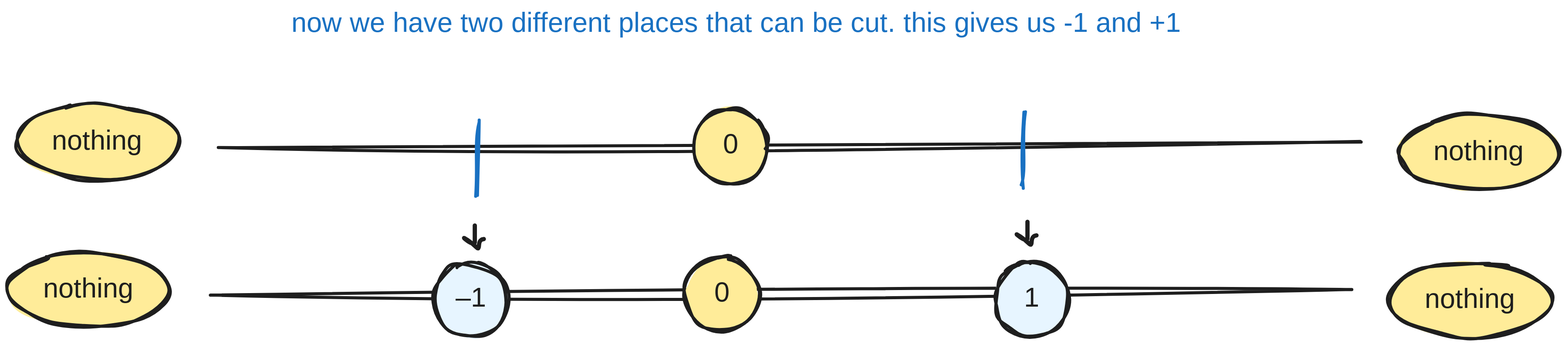
The Excalidraw diagram public/how-i-vibed-a-proof-of-conways-conjecture/step2-full.svg in gaearon/overreacted.io, before a commit. Source tidied: one line per element, renumbered; positions are measured from the earlier drawing's top-left corner, leaving out a move shared by most shapes.
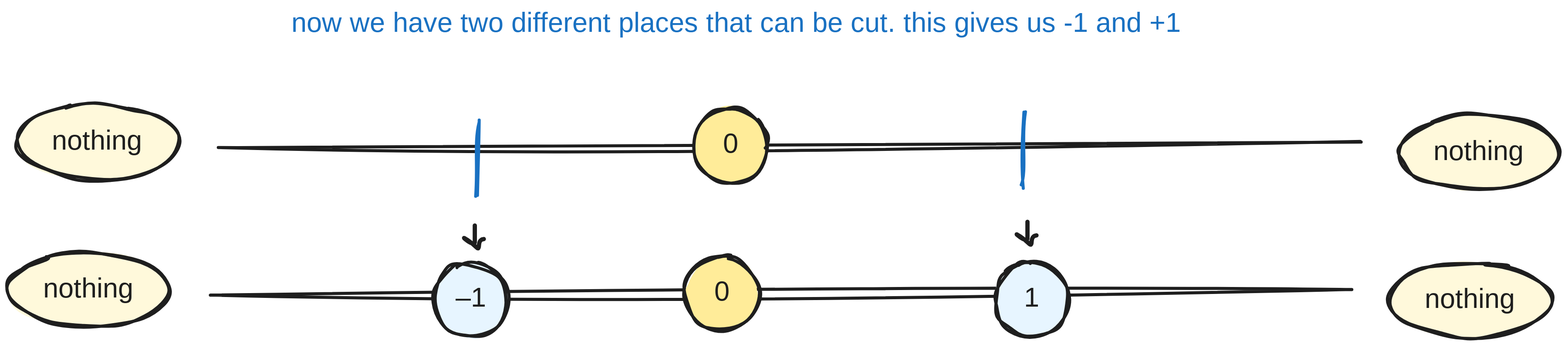
Above is the later version.

What changed in the source:
```diff
@@ -1,20 +1,20 @@
-{"id": 0, "type": "ellipse", "strokeColor": "#1e1e1e", "backgroundColor": "#ffec99", "fillStyle": "solid", "strokeWidth": 4, "roughness": 2, "x": 12, "y": 127, "width": 212, "height": 98}
+{"id": 0, "type": "ellipse", "strokeColor": "#1e1e1e", "backgroundColor": "#fff9db", "fillStyle": "solid", "strokeWidth": 4, "roughness": 2, "x": 12, "y": 127, "width": 212, "height": 98}
-{"id": 1, "type": "ellipse", "strokeColor": "#1e1e1e", "backgroundColor": "#ffec99", "fillStyle": "solid", "strokeWidth": 4, "roughness": 2, "x": 0, "y": 321, "width": 212, "height": 98}
+{"id": 1, "type": "ellipse", "strokeColor": "#1e1e1e", "backgroundColor": "#fff9db", "fillStyle": "solid", "strokeWidth": 4, "roughness": 2, "x": 0, "y": 321, "width": 212, "height": 98}
-{"id": 2, "type": "ellipse", "strokeColor": "#1e1e1e", "backgroundColor": "#ffec99", "fillStyle": "solid", "strokeWidth": 4, "roughness": 2, "x": 1824, "y": 140, "width": 212, "height": 98}
+{"id": 2, "type": "ellipse", "strokeColor": "#1e1e1e", "backgroundColor": "#fff9db", "fillStyle": "solid", "strokeWidth": 4, "roughness": 2, "x": 1824, "y": 140, "width": 212, "height": 98}
-{"id": 3, "type": "ellipse", "strokeColor": "#1e1e1e", "backgroundColor": "#ffec99", "fillStyle": "solid", "strokeWidth": 4, "roughness": 2, "x": 1813, "y": 334, "width": 212, "height": 98}
+{"id": 3, "type": "ellipse", "strokeColor": "#1e1e1e", "backgroundColor": "#fff9db", "fillStyle": "solid", "strokeWidth": 4, "roughness": 2, "x": 1813, "y": 334, "width": 212, "height": 98}
 {"id": 4, "type": "line", "strokeColor": "#1e1e1e", "backgroundColor": "#ffec99", "fillStyle": "cross-hatch", "strokeWidth": 4, "roughness": 2, "x": 277, "y": 184, "width": 1498, "height": 8, "points": [[0, 0], [1498, -8]]}
 {"id": 5, "type": "line", "strokeColor": "#1e1e1e", "backgroundColor": "#ffec99", "fillStyle": "cross-hatch", "strokeWidth": 4, "roughness": 2, "x": 265, "y": 378, "width": 1498, "height": 8, "points": [[0, 0], [1498, -8]]}
 {"id": 6, "type": "text", "text": "now we have two different places that can be cut. this gives us -1 and +1", "strokeColor": "#1971c2", "backgroundColor": "#ffec99", "fillStyle": "cross-hatch", "strokeWidth": 4, "roughness": 2, "fontSize": 36, "fontFamily": 5, "textAlign": "center", "x": 307, "y": 0, "width": 1296, "height": 45}
 {"id": 7, "type": "line", "strokeColor": "#1971c2", "backgroundColor": "#ffec99", "fillStyle": "cross-hatch", "strokeWidth": 4, "roughness": 2, "x": 617, "y": 148, "width": 0, "height": 99, "points": [[0, 0], [0, 99]]}
 {"id": 8, "type": "line", "strokeColor": "#1971c2", "backgroundColor": "#ffec99", "fillStyle": "cross-hatch", "strokeWidth": 4, "roughness": 2, "x": 1331, "y": 137, "width": 0, "height": 99, "points": [[0, 0], [0, 99]]}
-{"id": 9, "type": "text", "text": "nothing", "strokeColor": "#1e1e1e", "backgroundColor": "#ffec99", "fillStyle": "cross-hatch", "strokeWidth": 4, "roughness": 2, "fontSize": 36, "fontFamily": 5, "textAlign": "center", "x": 53, "y": 154, "width": 129, "height": 45}
+{"id": 9, "type": "text", "text": "nothing", "strokeColor": "#1e1e1e", "backgroundColor": "#fff9db", "fillStyle": "cross-hatch", "strokeWidth": 4, "roughness": 2, "fontSize": 36, "fontFamily": 5, "textAlign": "center", "x": 53, "y": 154, "width": 129, "height": 45}
-{"id": 10, "type": "text", "text": "nothing", "strokeColor": "#1e1e1e", "backgroundColor": "#ffec99", "fillStyle": "cross-hatch", "strokeWidth": 4, "roughness": 2, "fontSize": 36, "fontFamily": 5, "textAlign": "center", "x": 41, "y": 348, "width": 129, "height": 45}
+{"id": 10, "type": "text", "text": "nothing", "strokeColor": "#1e1e1e", "backgroundColor": "#fff9db", "fillStyle": "cross-hatch", "strokeWidth": 4, "roughness": 2, "fontSize": 36, "fontFamily": 5, "textAlign": "center", "x": 41, "y": 348, "width": 129, "height": 45}
-{"id": 11, "type": "text", "text": "nothing", "strokeColor": "#1e1e1e", "backgroundColor": "#ffec99", "fillStyle": "cross-hatch", "strokeWidth": 4, "roughness": 2, "fontSize": 36, "fontFamily": 5, "textAlign": "center", "x": 1865, "y": 168, "width": 129, "height": 45}
+{"id": 11, "type": "text", "text": "nothing", "strokeColor": "#1e1e1e", "backgroundColor": "#fff9db", "fillStyle": "cross-hatch", "strokeWidth": 4, "roughness": 2, "fontSize": 36, "fontFamily": 5, "textAlign": "center", "x": 1865, "y": 168, "width": 129, "height": 45}
-{"id": 12, "type": "text", "text": "nothing", "strokeColor": "#1e1e1e", "backgroundColor": "#ffec99", "fillStyle": "cross-hatch", "strokeWidth": 4, "roughness": 2, "fontSize": 36, "fontFamily": 5, "textAlign": "center", "x": 1854, "y": 362, "width": 129, "height": 45}
+{"id": 12, "type": "text", "text": "nothing", "strokeColor": "#1e1e1e", "backgroundColor": "#fff9db", "fillStyle": "cross-hatch", "strokeWidth": 4, "roughness": 2, "fontSize": 36, "fontFamily": 5, "textAlign": "center", "x": 1854, "y": 362, "width": 129, "height": 45}
-{"id": 13, "type": "ellipse", "strokeColor": "#1e1e1e", "backgroundColor": "#ffec99", "fillStyle": "solid", "strokeWidth": 4, "roughness": 2, "x": 900, "y": 133, "width": 96, "height": 98}
+{"id": 13, "type": "ellipse", "strokeColor": "#1e1e1e", "backgroundColor": "#ffec99", "fillStyle": "solid", "strokeWidth": 4, "roughness": 2, "x": 900, "y": 132, "width": 96, "height": 98}
-{"id": 14, "type": "text", "text": "0", "strokeColor": "#1e1e1e", "backgroundColor": "#ffec99", "fillStyle": "solid", "strokeWidth": 4, "roughness": 2, "fontSize": 36, "fontFamily": 5, "textAlign": "center", "verticalAlign": "middle", "inside": 13, "x": 936, "y": 159, "width": 24, "height": 45}
+{"id": 14, "type": "text", "text": "0", "strokeColor": "#1e1e1e", "backgroundColor": "#ffec99", "fillStyle": "solid", "strokeWidth": 4, "roughness": 2, "fontSize": 36, "fontFamily": 5, "textAlign": "center", "verticalAlign": "middle", "inside": 13, "x": 936, "y": 158, "width": 24, "height": 45}
-{"id": 15, "type": "ellipse", "strokeColor": "#1e1e1e", "backgroundColor": "#ffec99", "fillStyle": "solid", "strokeWidth": 4, "roughness": 2, "x": 889, "y": 327, "width": 96, "height": 98}
+{"id": 15, "type": "ellipse", "strokeColor": "#1e1e1e", "backgroundColor": "#ffec99", "fillStyle": "solid", "strokeWidth": 4, "roughness": 2, "x": 889, "y": 326, "width": 96, "height": 98}
-{"id": 16, "type": "text", "text": "0", "strokeColor": "#1e1e1e", "backgroundColor": "#ffec99", "fillStyle": "solid", "strokeWidth": 4, "roughness": 2, "fontSize": 36, "fontFamily": 5, "textAlign": "center", "verticalAlign": "middle", "inside": 15, "x": 925, "y": 353, "width": 24, "height": 45}
+{"id": 16, "type": "text", "text": "0", "strokeColor": "#1e1e1e", "backgroundColor": "#ffec99", "fillStyle": "solid", "strokeWidth": 4, "roughness": 2, "fontSize": 36, "fontFamily": 5, "textAlign": "center", "verticalAlign": "middle", "inside": 15, "x": 925, "y": 352, "width": 24, "height": 45}
 {"id": 17, "type": "ellipse", "strokeColor": "#1e1e1e", "backgroundColor": "#e7f5ff", "fillStyle": "solid", "strokeWidth": 4, "roughness": 2, "x": 559, "y": 334, "width": 96, "height": 98}
 {"id": 18, "type": "text", "text": "–1", "strokeColor": "#1e1e1e", "backgroundColor": "#ffec99", "fillStyle": "solid", "strokeWidth": 4, "roughness": 2, "fontSize": 36, "fontFamily": 5, "textAlign": "center", "verticalAlign": "middle", "inside": 17, "x": 588, "y": 360, "width": 40, "height": 45}
 {"id": 19, "type": "ellipse", "strokeColor": "#1e1e1e", "backgroundColor": "#e7f5ff", "fillStyle": "solid", "strokeWidth": 4, "roughness": 2, "x": 1295, "y": 334, "width": 96, "height": 98}
```
